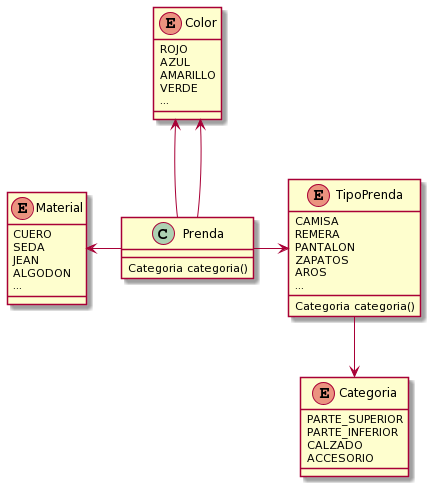
This is DiagramaDeClases.png from nicolas-m-gomez/QueMePongo, a PlantUML export, as it was before one commit.
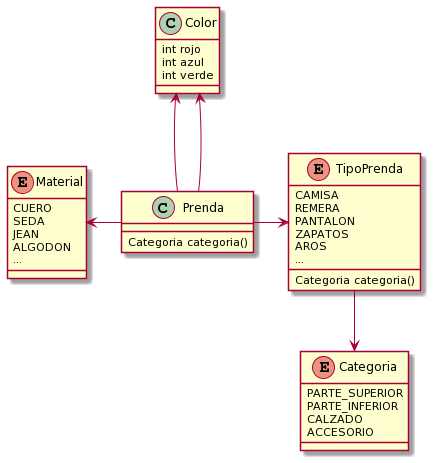
Above is the later version.

Commit message:
Diagrama de clases V2 Diagrama de clases V2

Diff of the diagram source:
```diff
@@ -30,13 +30,10 @@
 	...
 }
 
-
-enum Color{
-	ROJO
-	AZUL
-	AMARILLO
-	VERDE
-	...
+class Color{
+int rojo
+int azul
+int verde
 }
 
 class Prenda{
```
